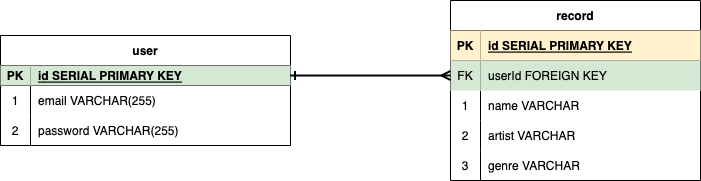
Earlier version of the draw.io export Untitled Diagram.drawio.png (zbrose/side-side). Source tidied: cells renumbered, new cells last; positions are measured from the earlier drawing's top-left corner, leaving out a move shared by most shapes.
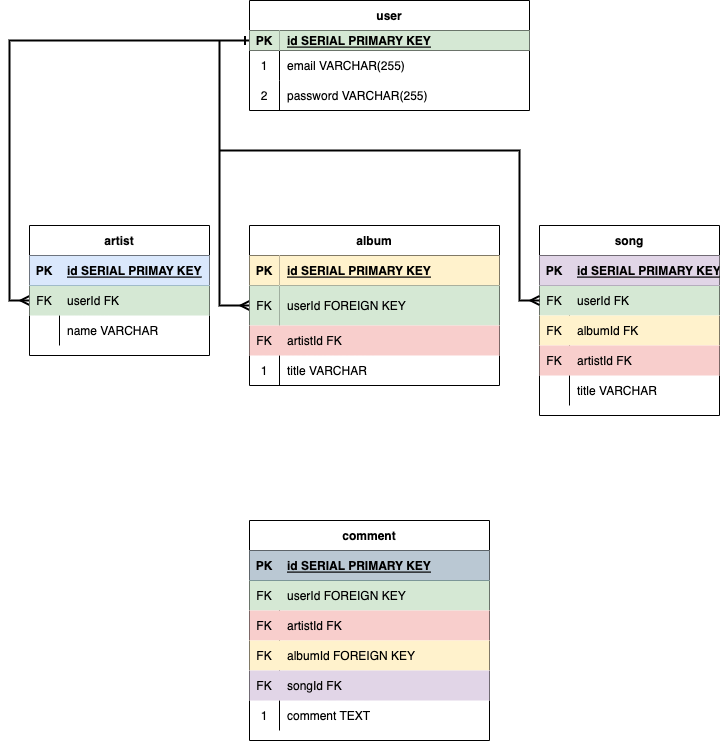
After the change.

Diff of the diagram source:
```diff
@@ -2,38 +2,46 @@
   <root>
     <mxCell id="0" />
     <mxCell id="1" parent="0" />
+    <mxCell id="29" style="edgeStyle=orthogonalEdgeStyle;rounded=0;jettySize=auto;html=1;entryX=0;entryY=0.5;entryDx=0;entryDy=0;startArrow=ERone;startFill=0;endArrow=ERmany;endFill=0;strokeWidth=2;exitX=0;exitY=0.5;exitDx=0;exitDy=0;" parent="1" edge="1" source="3" target="73">
+      <mxGeometry relative="1" as="geometry" />
+    </mxCell>
     <mxCell id="2" value="user" style="shape=table;startSize=30;rowLines=0;fontStyle=1;align=center;" parent="1" vertex="1">
-      <mxGeometry y="35" width="290" height="110" as="geometry" />
+      <mxGeometry x="180" y="-75" width="280" height="110" as="geometry" />
     </mxCell>
     <mxCell id="3" style="shape=tableRow;horizontal=0;startSize=0;swimlaneHead=0;swimlaneBody=0;fillColor=none;points=[[0,0.5],[1,0.5]];portConstraint=eastwest;top=0;left=0;right=0;bottom=1;" parent="2" vertex="1">
-      <mxGeometry y="30" width="290" height="20" as="geometry" />
+      <mxGeometry y="30" width="280" height="20" as="geometry" />
     </mxCell>
     <mxCell id="4" value="PK" style="shape=partialRectangle;fillColor=#d5e8d4;top=0;left=0;bottom=0;right=0;fontStyle=1;overflow=hidden;strokeColor=#82b366;" parent="3" vertex="1">
       <mxGeometry width="30" height="20" as="geometry" />
     </mxCell>
     <mxCell id="5" value="id SERIAL PRIMARY KEY" style="shape=partialRectangle;fillColor=#d5e8d4;top=0;left=0;bottom=0;right=0;align=left;spacingLeft=6;fontStyle=5;overflow=hidden;strokeColor=#82b366;" parent="3" vertex="1">
-      <mxGeometry x="30" width="260" height="20" as="geometry" />
+      <mxGeometry x="30" width="250" height="20" as="geometry" />
     </mxCell>
     <mxCell id="6" style="shape=tableRow;horizontal=0;startSize=0;swimlaneHead=0;swimlaneBody=0;fillColor=none;top=0;left=0;right=0;bottom=0;" parent="2" vertex="1">
-      <mxGeometry y="50" width="290" height="30" as="geometry" />
+      <mxGeometry y="50" width="280" height="30" as="geometry" />
     </mxCell>
     <mxCell id="7" value="1" style="shape=partialRectangle;fillColor=none;top=0;left=0;bottom=0;right=0;overflow=hidden;" parent="6" vertex="1">
       <mxGeometry width="30" height="30" as="geometry" />
     </mxCell>
     <mxCell id="8" value="email VARCHAR(255)" style="shape=partialRectangle;fillColor=none;top=0;left=0;bottom=0;right=0;align=left;spacingLeft=6;overflow=hidden;" parent="6" vertex="1">
-      <mxGeometry x="30" width="260" height="30" as="geometry" />
+      <mxGeometry x="30" width="250" height="30" as="geometry" />
     </mxCell>
     <mxCell id="9" style="shape=tableRow;horizontal=0;startSize=0;swimlaneHead=0;swimlaneBody=0;fillColor=none;top=0;left=0;right=0;bottom=0;" parent="2" vertex="1">
-      <mxGeometry y="80" width="290" height="30" as="geometry" />
+      <mxGeometry y="80" width="280" height="30" as="geometry" />
     </mxCell>
     <mxCell id="10" value="2" style="shape=partialRectangle;fillColor=none;top=0;left=0;bottom=0;right=0;overflow=hidden;" parent="9" vertex="1">
       <mxGeometry width="30" height="30" as="geometry" />
     </mxCell>
     <mxCell id="11" value="password VARCHAR(255)" style="shape=partialRectangle;fillColor=none;top=0;left=0;bottom=0;right=0;align=left;spacingLeft=6;overflow=hidden;" parent="9" vertex="1">
-      <mxGeometry x="30" width="260" height="30" as="geometry" />
+      <mxGeometry x="30" width="250" height="30" as="geometry" />
     </mxCell>
+    <mxCell id="30" style="edgeStyle=orthogonalEdgeStyle;rounded=0;jettySize=auto;html=1;startArrow=ERmany;startFill=0;endArrow=none;endFill=0;strokeWidth=2;" parent="1" edge="1" source="12">
+      <mxGeometry relative="1" as="geometry">
+        <mxPoint x="150" y="-35" as="targetPoint" />
+      </mxGeometry>
+    </mxCell>
-    <mxCell id="12" value="record" style="shape=table;startSize=30;rowLines=0;fontStyle=1;align=center;" parent="1" vertex="1">
-      <mxGeometry x="450" width="250" height="180" as="geometry" />
+    <mxCell id="12" value="album" style="shape=table;startSize=30;rowLines=0;fontStyle=1;align=center;" parent="1" vertex="1">
+      <mxGeometry x="180" y="150" width="250" height="160" as="geometry" />
     </mxCell>
     <mxCell id="13" style="shape=tableRow;horizontal=0;startSize=0;swimlaneHead=0;swimlaneBody=0;fillColor=none;top=0;left=0;right=0;bottom=1;" parent="12" vertex="1">
       <mxGeometry y="30" width="250" height="30" as="geometry" />
@@ -45,43 +53,174 @@
       <mxGeometry x="30" width="220" height="30" as="geometry" />
     </mxCell>
     <mxCell id="16" style="shape=tableRow;horizontal=0;startSize=0;swimlaneHead=0;swimlaneBody=0;fillColor=none;points=[[0,0.5],[1,0.5]];portConstraint=eastwest;top=0;left=0;right=0;bottom=0;" parent="12" vertex="1">
-      <mxGeometry y="60" width="250" height="30" as="geometry" />
+      <mxGeometry y="60" width="250" height="40" as="geometry" />
     </mxCell>
     <mxCell id="17" value="FK" style="shape=partialRectangle;fillColor=#d5e8d4;top=0;left=0;bottom=0;right=0;fontStyle=0;overflow=hidden;strokeColor=#82b366;" parent="16" vertex="1">
-      <mxGeometry width="30" height="30" as="geometry" />
+      <mxGeometry width="30" height="40" as="geometry" />
     </mxCell>
     <mxCell id="18" value="userId FOREIGN KEY" style="shape=partialRectangle;fillColor=#d5e8d4;top=0;left=0;bottom=0;right=0;align=left;spacingLeft=6;fontStyle=0;overflow=hidden;strokeColor=#82b366;" parent="16" vertex="1">
-      <mxGeometry x="30" width="220" height="30" as="geometry" />
+      <mxGeometry x="30" width="220" height="40" as="geometry" />
     </mxCell>
+    <mxCell id="31" style="shape=tableRow;horizontal=0;startSize=0;swimlaneHead=0;swimlaneBody=0;fillColor=#f8cecc;top=0;left=0;right=0;bottom=0;strokeColor=#b85450;" parent="12" vertex="1">
+      <mxGeometry y="100" width="250" height="30" as="geometry" />
+    </mxCell>
+    <mxCell id="32" value="FK" style="shape=partialRectangle;fillColor=none;top=0;left=0;bottom=0;right=0;fontStyle=0;overflow=hidden;" parent="31" vertex="1">
+      <mxGeometry width="30" height="30" as="geometry" />
+    </mxCell>
+    <mxCell id="33" value="artistId FK" style="shape=partialRectangle;fillColor=none;top=0;left=0;bottom=0;right=0;align=left;spacingLeft=6;fontStyle=0;overflow=hidden;" parent="31" vertex="1">
+      <mxGeometry x="30" width="220" height="30" as="geometry" />
+    </mxCell>
     <mxCell id="19" style="shape=tableRow;horizontal=0;startSize=0;swimlaneHead=0;swimlaneBody=0;fillColor=none;top=0;left=0;right=0;bottom=0;" parent="12" vertex="1">
-      <mxGeometry y="90" width="250" height="30" as="geometry" />
+      <mxGeometry y="130" width="250" height="30" as="geometry" />
     </mxCell>
     <mxCell id="20" value="1" style="shape=partialRectangle;fillColor=none;top=0;left=0;bottom=0;right=0;overflow=hidden;" parent="19" vertex="1">
       <mxGeometry width="30" height="30" as="geometry" />
     </mxCell>
-    <mxCell id="21" value="name VARCHAR" style="shape=partialRectangle;fillColor=none;top=0;left=0;bottom=0;right=0;align=left;spacingLeft=6;overflow=hidden;" parent="19" vertex="1">
+    <mxCell id="21" value="title VARCHAR" style="shape=partialRectangle;fillColor=none;top=0;left=0;bottom=0;right=0;align=left;spacingLeft=6;overflow=hidden;" parent="19" vertex="1">
       <mxGeometry x="30" width="220" height="30" as="geometry" />
     </mxCell>
-    <mxCell id="22" style="shape=tableRow;horizontal=0;startSize=0;swimlaneHead=0;swimlaneBody=0;fillColor=none;top=0;left=0;right=0;bottom=0;" parent="12" vertex="1">
-      <mxGeometry y="120" width="250" height="30" as="geometry" />
-    </mxCell>
-    <mxCell id="23" value="2" style="shape=partialRectangle;fillColor=none;top=0;left=0;bottom=0;right=0;overflow=hidden;" parent="22" vertex="1">
-      <mxGeometry width="30" height="30" as="geometry" />
-    </mxCell>
-    <mxCell id="24" value="artist VARCHAR" style="shape=partialRectangle;fillColor=none;top=0;left=0;bottom=0;right=0;align=left;spacingLeft=6;overflow=hidden;" parent="22" vertex="1">
-      <mxGeometry x="30" width="220" height="30" as="geometry" />
-    </mxCell>
-    <mxCell id="25" style="shape=tableRow;horizontal=0;startSize=0;swimlaneHead=0;swimlaneBody=0;fillColor=none;top=0;left=0;right=0;bottom=0;" parent="12" vertex="1">
-      <mxGeometry y="150" width="250" height="30" as="geometry" />
-    </mxCell>
-    <mxCell id="26" value="3" style="shape=partialRectangle;fillColor=none;top=0;left=0;bottom=0;right=0;overflow=hidden;" parent="25" vertex="1">
-      <mxGeometry width="30" height="30" as="geometry" />
-    </mxCell>
-    <mxCell id="27" value="genre VARCHAR" style="shape=partialRectangle;fillColor=none;top=0;left=0;bottom=0;right=0;align=left;spacingLeft=6;overflow=hidden;" parent="25" vertex="1">
-      <mxGeometry x="30" width="220" height="30" as="geometry" />
-    </mxCell>
-    <mxCell id="28" style="edgeStyle=orthogonalEdgeStyle;rounded=0;jettySize=auto;html=1;endArrow=ERmany;endFill=0;startArrow=ERone;startFill=0;strokeWidth=2;" parent="1" edge="1" source="3" target="16">
-      <mxGeometry relative="1" as="geometry" />
-    </mxCell>
+    <mxCell id="34" value="comment" style="shape=table;startSize=30;rowLines=0;fontStyle=1;align=center;" parent="1" vertex="1">
+      <mxGeometry x="180" y="445" width="240" height="220" as="geometry" />
+    </mxCell>
+    <mxCell id="35" style="shape=tableRow;horizontal=0;startSize=0;swimlaneHead=0;swimlaneBody=0;fillColor=#bac8d3;top=0;left=0;right=0;bottom=1;strokeColor=#23445d;" parent="34" vertex="1">
+      <mxGeometry y="30" width="240" height="30" as="geometry" />
+    </mxCell>
+    <mxCell id="36" value="PK" style="shape=partialRectangle;fillColor=none;top=0;left=0;bottom=0;right=0;fontStyle=1;overflow=hidden;" parent="35" vertex="1">
+      <mxGeometry width="30" height="30" as="geometry" />
+    </mxCell>
+    <mxCell id="37" value="id SERIAL PRIMARY KEY" style="shape=partialRectangle;fillColor=none;top=0;left=0;bottom=0;right=0;align=left;spacingLeft=6;fontStyle=5;overflow=hidden;" parent="35" vertex="1">
+      <mxGeometry x="30" width="210" height="30" as="geometry" />
+    </mxCell>
+    <mxCell id="38" style="shape=tableRow;horizontal=0;startSize=0;swimlaneHead=0;swimlaneBody=0;fillColor=#d5e8d4;top=0;left=0;right=0;bottom=0;strokeColor=#82b366;" parent="34" vertex="1">
+      <mxGeometry y="60" width="240" height="30" as="geometry" />
+    </mxCell>
+    <mxCell id="39" value="FK" style="shape=partialRectangle;fillColor=none;top=0;left=0;bottom=0;right=0;fontStyle=0;overflow=hidden;" parent="38" vertex="1">
+      <mxGeometry width="30" height="30" as="geometry" />
+    </mxCell>
+    <mxCell id="40" value="userId FOREIGN KEY" style="shape=partialRectangle;fillColor=none;top=0;left=0;bottom=0;right=0;align=left;spacingLeft=6;fontStyle=0;overflow=hidden;" parent="38" vertex="1">
+      <mxGeometry x="30" width="210" height="30" as="geometry" />
+    </mxCell>
+    <mxCell id="41" style="shape=tableRow;horizontal=0;startSize=0;swimlaneHead=0;swimlaneBody=0;fillColor=#f8cecc;top=0;left=0;right=0;bottom=0;strokeColor=#b85450;" parent="34" vertex="1">
+      <mxGeometry y="90" width="240" height="30" as="geometry" />
+    </mxCell>
+    <mxCell id="42" value="FK" style="shape=partialRectangle;fillColor=none;top=0;left=0;bottom=0;right=0;fontStyle=0;overflow=hidden;" parent="41" vertex="1">
+      <mxGeometry width="30" height="30" as="geometry" />
+    </mxCell>
+    <mxCell id="43" value="artistId FK" style="shape=partialRectangle;fillColor=none;top=0;left=0;bottom=0;right=0;align=left;spacingLeft=6;fontStyle=0;overflow=hidden;" parent="41" vertex="1">
+      <mxGeometry x="30" width="210" height="30" as="geometry" />
+    </mxCell>
+    <mxCell id="44" style="shape=tableRow;horizontal=0;startSize=0;swimlaneHead=0;swimlaneBody=0;fillColor=#fff2cc;top=0;left=0;right=0;bottom=0;strokeColor=#d6b656;" parent="34" vertex="1">
+      <mxGeometry y="120" width="240" height="30" as="geometry" />
+    </mxCell>
+    <mxCell id="45" value="FK" style="shape=partialRectangle;fillColor=none;top=0;left=0;bottom=0;right=0;fontStyle=0;overflow=hidden;" parent="44" vertex="1">
+      <mxGeometry width="30" height="30" as="geometry" />
+    </mxCell>
+    <mxCell id="46" value="albumId FOREIGN KEY" style="shape=partialRectangle;fillColor=none;top=0;left=0;bottom=0;right=0;align=left;spacingLeft=6;fontStyle=0;overflow=hidden;" parent="44" vertex="1">
+      <mxGeometry x="30" width="210" height="30" as="geometry" />
+    </mxCell>
+    <mxCell id="47" style="shape=tableRow;horizontal=0;startSize=0;swimlaneHead=0;swimlaneBody=0;fillColor=#e1d5e7;top=0;left=0;right=0;bottom=0;strokeColor=#9673a6;" parent="34" vertex="1">
+      <mxGeometry y="150" width="240" height="30" as="geometry" />
+    </mxCell>
+    <mxCell id="48" value="FK" style="shape=partialRectangle;fillColor=none;top=0;left=0;bottom=0;right=0;fontStyle=0;overflow=hidden;" parent="47" vertex="1">
+      <mxGeometry width="30" height="30" as="geometry" />
+    </mxCell>
+    <mxCell id="49" value="songId FK" style="shape=partialRectangle;fillColor=none;top=0;left=0;bottom=0;right=0;align=left;spacingLeft=6;fontStyle=0;overflow=hidden;" parent="47" vertex="1">
+      <mxGeometry x="30" width="210" height="30" as="geometry" />
+    </mxCell>
+    <mxCell id="50" style="shape=tableRow;horizontal=0;startSize=0;swimlaneHead=0;swimlaneBody=0;fillColor=none;top=0;left=0;right=0;bottom=0;" parent="34" vertex="1">
+      <mxGeometry y="180" width="240" height="30" as="geometry" />
+    </mxCell>
+    <mxCell id="51" value="1" style="shape=partialRectangle;fillColor=none;top=0;left=0;bottom=0;right=0;overflow=hidden;" parent="50" vertex="1">
+      <mxGeometry width="30" height="30" as="geometry" />
+    </mxCell>
+    <mxCell id="52" value="comment TEXT" style="shape=partialRectangle;fillColor=none;top=0;left=0;bottom=0;right=0;align=left;spacingLeft=6;overflow=hidden;" parent="50" vertex="1">
+      <mxGeometry x="30" width="210" height="30" as="geometry" />
+    </mxCell>
+    <mxCell id="53" value="song" style="shape=table;startSize=30;rowLines=0;fontStyle=1;align=center;" parent="1" vertex="1">
+      <mxGeometry x="470" y="150" width="180" height="190" as="geometry" />
+    </mxCell>
+    <mxCell id="54" style="shape=tableRow;horizontal=0;startSize=0;swimlaneHead=0;swimlaneBody=0;fillColor=#e1d5e7;top=0;left=0;right=0;bottom=1;strokeColor=#9673a6;" parent="53" vertex="1">
+      <mxGeometry y="30" width="180" height="30" as="geometry" />
+    </mxCell>
+    <mxCell id="55" value="PK" style="shape=partialRectangle;fillColor=none;top=0;left=0;bottom=0;right=0;fontStyle=1;overflow=hidden;" parent="54" vertex="1">
+      <mxGeometry width="30" height="30" as="geometry" />
+    </mxCell>
+    <mxCell id="56" value="id SERIAL PRIMARY KEY" style="shape=partialRectangle;fillColor=none;top=0;left=0;bottom=0;right=0;align=left;spacingLeft=6;fontStyle=5;overflow=hidden;" parent="54" vertex="1">
+      <mxGeometry x="30" width="150" height="30" as="geometry" />
+    </mxCell>
+    <mxCell id="57" style="shape=tableRow;horizontal=0;startSize=0;swimlaneHead=0;swimlaneBody=0;fillColor=#d5e8d4;points=[[0,0.5],[1,0.5]];portConstraint=eastwest;top=0;left=0;right=0;bottom=0;strokeColor=#82b366;" parent="53" vertex="1">
+      <mxGeometry y="60" width="180" height="30" as="geometry" />
+    </mxCell>
+    <mxCell id="58" value="FK" style="shape=partialRectangle;fillColor=none;top=0;left=0;bottom=0;right=0;fontStyle=0;overflow=hidden;" parent="57" vertex="1">
+      <mxGeometry width="30" height="30" as="geometry" />
+    </mxCell>
+    <mxCell id="59" value="userId FK" style="shape=partialRectangle;fillColor=none;top=0;left=0;bottom=0;right=0;align=left;spacingLeft=6;fontStyle=0;overflow=hidden;" parent="57" vertex="1">
+      <mxGeometry x="30" width="150" height="30" as="geometry" />
+    </mxCell>
+    <mxCell id="60" style="shape=tableRow;horizontal=0;startSize=0;swimlaneHead=0;swimlaneBody=0;fillColor=#fff2cc;top=0;left=0;right=0;bottom=0;strokeColor=#d6b656;" parent="53" vertex="1">
+      <mxGeometry y="90" width="180" height="30" as="geometry" />
+    </mxCell>
+    <mxCell id="61" value="FK" style="shape=partialRectangle;fillColor=none;top=0;left=0;bottom=0;right=0;fontStyle=0;overflow=hidden;" parent="60" vertex="1">
+      <mxGeometry width="30" height="30" as="geometry" />
+    </mxCell>
+    <mxCell id="62" value="albumId FK" style="shape=partialRectangle;fillColor=none;top=0;left=0;bottom=0;right=0;align=left;spacingLeft=6;fontStyle=0;overflow=hidden;" parent="60" vertex="1">
+      <mxGeometry x="30" width="150" height="30" as="geometry" />
+    </mxCell>
+    <mxCell id="63" style="shape=tableRow;horizontal=0;startSize=0;swimlaneHead=0;swimlaneBody=0;fillColor=#f8cecc;top=0;left=0;right=0;bottom=0;strokeColor=#b85450;" parent="53" vertex="1">
+      <mxGeometry y="120" width="180" height="30" as="geometry" />
+    </mxCell>
+    <mxCell id="64" value="FK" style="shape=partialRectangle;fillColor=none;top=0;left=0;bottom=0;right=0;fontStyle=0;overflow=hidden;" parent="63" vertex="1">
+      <mxGeometry width="30" height="30" as="geometry" />
+    </mxCell>
+    <mxCell id="65" value="artistId FK" style="shape=partialRectangle;fillColor=none;top=0;left=0;bottom=0;right=0;align=left;spacingLeft=6;fontStyle=0;overflow=hidden;" parent="63" vertex="1">
+      <mxGeometry x="30" width="150" height="30" as="geometry" />
+    </mxCell>
+    <mxCell id="66" style="shape=tableRow;horizontal=0;startSize=0;swimlaneHead=0;swimlaneBody=0;fillColor=none;top=0;left=0;right=0;bottom=0;" parent="53" vertex="1">
+      <mxGeometry y="150" width="180" height="30" as="geometry" />
+    </mxCell>
+    <mxCell id="67" style="shape=partialRectangle;fillColor=none;top=0;left=0;bottom=0;right=0;overflow=hidden;" parent="66" vertex="1">
+      <mxGeometry width="30" height="30" as="geometry" />
+    </mxCell>
+    <mxCell id="68" value="title VARCHAR" style="shape=partialRectangle;fillColor=none;top=0;left=0;bottom=0;right=0;align=left;spacingLeft=6;overflow=hidden;" parent="66" vertex="1">
+      <mxGeometry x="30" width="150" height="30" as="geometry" />
+    </mxCell>
+    <mxCell id="69" value="artist" style="shape=table;startSize=30;rowLines=0;fontStyle=1;align=center;" parent="1" vertex="1">
+      <mxGeometry x="-40" y="150" width="180" height="130" as="geometry" />
+    </mxCell>
+    <mxCell id="70" style="shape=tableRow;horizontal=0;startSize=0;swimlaneHead=0;swimlaneBody=0;fillColor=#dae8fc;top=0;left=0;right=0;bottom=1;strokeColor=#6c8ebf;" parent="69" vertex="1">
+      <mxGeometry y="30" width="180" height="30" as="geometry" />
+    </mxCell>
+    <mxCell id="71" value="PK" style="shape=partialRectangle;fillColor=none;top=0;left=0;bottom=0;right=0;fontStyle=1;overflow=hidden;" parent="70" vertex="1">
+      <mxGeometry width="30" height="30" as="geometry" />
+    </mxCell>
+    <mxCell id="72" value="id SERIAL PRIMAY KEY" style="shape=partialRectangle;fillColor=none;top=0;left=0;bottom=0;right=0;align=left;spacingLeft=6;fontStyle=5;overflow=hidden;" parent="70" vertex="1">
+      <mxGeometry x="30" width="150" height="30" as="geometry" />
+    </mxCell>
+    <mxCell id="73" style="shape=tableRow;horizontal=0;startSize=0;swimlaneHead=0;swimlaneBody=0;fillColor=#d5e8d4;points=[[0,0.5],[1,0.5]];portConstraint=eastwest;top=0;left=0;right=0;bottom=0;strokeColor=#82b366;" parent="69" vertex="1">
+      <mxGeometry y="60" width="180" height="30" as="geometry" />
+    </mxCell>
+    <mxCell id="74" value="FK" style="shape=partialRectangle;fillColor=none;top=0;left=0;bottom=0;right=0;fontStyle=0;overflow=hidden;" parent="73" vertex="1">
+      <mxGeometry width="30" height="30" as="geometry" />
+    </mxCell>
+    <mxCell id="75" value="userId FK" style="shape=partialRectangle;fillColor=none;top=0;left=0;bottom=0;right=0;align=left;spacingLeft=6;fontStyle=0;overflow=hidden;" parent="73" vertex="1">
+      <mxGeometry x="30" width="150" height="30" as="geometry" />
+    </mxCell>
+    <mxCell id="76" style="shape=tableRow;horizontal=0;startSize=0;swimlaneHead=0;swimlaneBody=0;fillColor=none;top=0;left=0;right=0;bottom=0;" parent="69" vertex="1">
+      <mxGeometry y="90" width="180" height="30" as="geometry" />
+    </mxCell>
+    <mxCell id="77" style="shape=partialRectangle;fillColor=none;top=0;left=0;bottom=0;right=0;overflow=hidden;" parent="76" vertex="1">
+      <mxGeometry width="30" height="30" as="geometry" />
+    </mxCell>
+    <mxCell id="78" value="name VARCHAR" style="shape=partialRectangle;fillColor=none;top=0;left=0;bottom=0;right=0;align=left;spacingLeft=6;overflow=hidden;" parent="76" vertex="1">
+      <mxGeometry x="30" width="150" height="30" as="geometry" />
+    </mxCell>
+    <mxCell id="79" style="edgeStyle=orthogonalEdgeStyle;rounded=0;jettySize=auto;html=1;startArrow=ERmany;startFill=0;endArrow=none;endFill=0;strokeWidth=2;" parent="1" edge="1" source="57">
+      <mxGeometry relative="1" as="geometry">
+        <mxPoint x="150" y="75" as="targetPoint" />
+        <Array as="points">
+          <mxPoint x="450" y="75" />
+        </Array>
+      </mxGeometry>
+    </mxCell>
   </root>
 </mxGraphModel>
```
